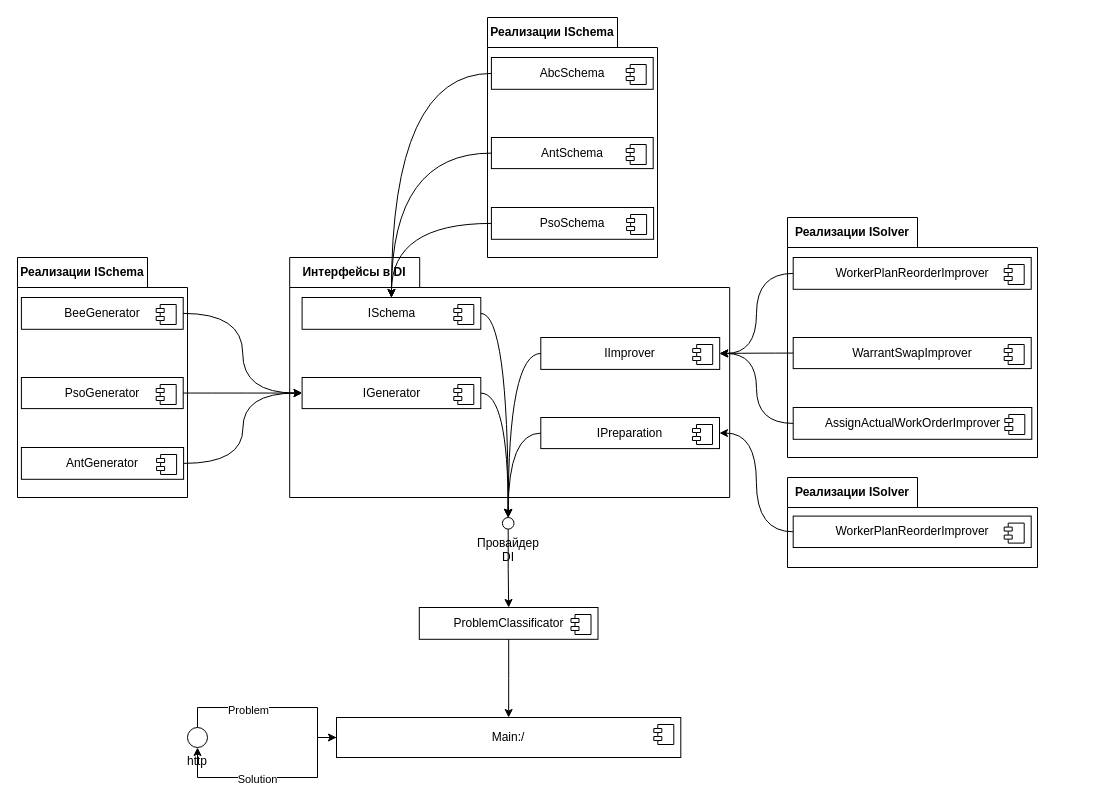
Earlier version of the draw.io diagram new dep diagram.drawio (iamquoz/essen). Source tidied: cells renumbered, new cells numbered last; positions are measured from the earlier drawing's top-left corner, leaving out a move shared by most shapes. Both pictures are drawn from the tidied source at 100%, with x=0, y=0 at pixel (17, 17).
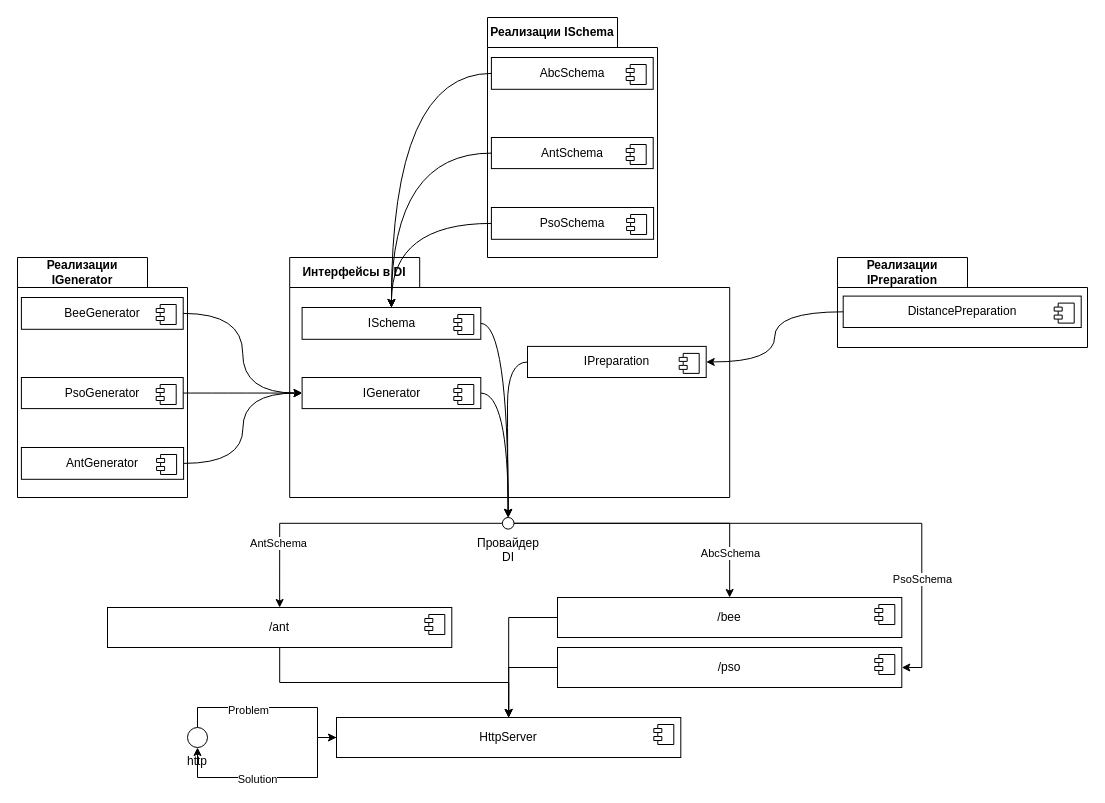
Above is the later version.

The change refers to these unchanged cells:
```xml
<mxCell id="2" value="Интерфейсы в DI" style="shape=folder;fontStyle=1;tabWidth=130;tabHeight=30;tabPosition=left;html=1;boundedLbl=1;labelInHeader=1;whiteSpace=wrap;" parent="1" vertex="1">
  <mxGeometry x="272.2" y="240" width="440" height="240" as="geometry" />
</mxCell>
<mxCell id="42" value="Провайдер DI" style="ellipse;whiteSpace=wrap;html=1;labelPosition=center;verticalLabelPosition=bottom;align=center;verticalAlign=top;" parent="1" vertex="1">
  <mxGeometry x="484.9" y="500" width="11.6" height="11.6" as="geometry" />
</mxCell>
```

What changed in the source:
```diff
@@
     <mxCell id="4" value="ISchema" style="html=1;whiteSpace=wrap;" parent="2" vertex="1">
-      <mxGeometry x="12.4" y="40" width="178.7" height="31.8" as="geometry" />
+      <mxGeometry x="12.4" y="50" width="178.7" height="31.8" as="geometry" />
     </mxCell>
@@
-    <mxCell id="8" value="IImprover" style="html=1;whiteSpace=wrap;" parent="2" vertex="1">
-      <mxGeometry x="251.1" y="80" width="178.9" height="31.9" as="geometry" />
-    </mxCell>
-    <mxCell id="9" style="shape=module;jettyWidth=8;jettyHeight=4;" parent="8" vertex="1">
-      <mxGeometry x="1" width="20" height="20" relative="1" as="geometry">
-        <mxPoint x="-27" y="7" as="offset" />
-      </mxGeometry>
-    </mxCell>
     <mxCell id="10" value="IPreparation" style="html=1;whiteSpace=wrap;" parent="2" vertex="1">
-      <mxGeometry x="251.1" y="160" width="178.7" height="31.1" as="geometry" />
+      <mxGeometry x="237.8" y="88.9" width="178.7" height="31.1" as="geometry" />
     </mxCell>
@@
-    <mxCell id="17" value="Main:/" style="html=1;whiteSpace=wrap;" parent="1" vertex="1">
+    <mxCell id="17" value="HttpServer" style="html=1;whiteSpace=wrap;" parent="1" vertex="1">
       <mxGeometry x="319" y="700" width="344.3" height="40" as="geometry" />
     </mxCell>
@@
-    <mxCell id="30" value="Реализации ISolver" style="shape=folder;fontStyle=1;tabWidth=130;tabHeight=30;tabPosition=left;html=1;boundedLbl=1;labelInHeader=1;whiteSpace=wrap;" parent="1" vertex="1">
-      <mxGeometry x="770" y="200" width="250" height="240" as="geometry" />
-    </mxCell>
-    <mxCell id="31" style="html=1;strokeColor=none;fillColor=none;whiteSpace=wrap;" parent="30" vertex="1">
-      <mxGeometry width="250" height="168" relative="1" as="geometry">
-        <mxPoint y="30" as="offset" />
-      </mxGeometry>
-    </mxCell>
-    <mxCell id="32" value="AssignActualWorkOrderImprover" style="html=1;whiteSpace=wrap;" parent="30" vertex="1">
-      <mxGeometry x="5.7" y="190" width="238.6" height="31.8" as="geometry" />
-    </mxCell>
-    <mxCell id="33" style="shape=module;jettyWidth=8;jettyHeight=4;" parent="32" vertex="1">
-      <mxGeometry x="1" width="20" height="20" relative="1" as="geometry">
-        <mxPoint x="-27" y="7" as="offset" />
-      </mxGeometry>
-    </mxCell>
-    <mxCell id="34" value="WarrantSwapImprover" style="html=1;whiteSpace=wrap;" parent="30" vertex="1">
-      <mxGeometry x="5.7" y="120" width="238" height="31.1" as="geometry" />
-    </mxCell>
-    <mxCell id="35" style="shape=module;jettyWidth=8;jettyHeight=4;" parent="34" vertex="1">
-      <mxGeometry x="1" width="20" height="20" relative="1" as="geometry">
-        <mxPoint x="-27" y="7" as="offset" />
-      </mxGeometry>
-    </mxCell>
-    <mxCell id="36" value="WorkerPlanReorderImprover" style="html=1;whiteSpace=wrap;" parent="30" vertex="1">
-      <mxGeometry x="5.7" y="40" width="238" height="31.8" as="geometry" />
-    </mxCell>
-    <mxCell id="37" style="shape=module;jettyWidth=8;jettyHeight=4;" parent="36" vertex="1">
-      <mxGeometry x="1" width="20" height="20" relative="1" as="geometry">
-        <mxPoint x="-27" y="7" as="offset" />
-      </mxGeometry>
-    </mxCell>
-    <mxCell id="38" style="edgeStyle=orthogonalEdgeStyle;rounded=0;jettySize=auto;html=1;entryX=1;entryY=0.5;entryDx=0;entryDy=0;orthogonal=0;curved=1;" parent="1" edge="1" source="36" target="8">
-      <mxGeometry relative="1" as="geometry" />
-    </mxCell>
-    <mxCell id="39" style="edgeStyle=orthogonalEdgeStyle;rounded=0;jettySize=auto;html=1;entryX=1;entryY=0.5;entryDx=0;entryDy=0;orthogonal=0;curved=1;" parent="1" edge="1" source="34" target="8">
-      <mxGeometry relative="1" as="geometry" />
-    </mxCell>
-    <mxCell id="40" style="edgeStyle=orthogonalEdgeStyle;rounded=0;jettySize=auto;html=1;entryX=1;entryY=0.5;entryDx=0;entryDy=0;orthogonal=0;curved=1;" parent="1" edge="1" source="32" target="8">
-      <mxGeometry relative="1" as="geometry" />
-    </mxCell>
-    <mxCell id="41" style="edgeStyle=orthogonalEdgeStyle;rounded=0;jettySize=auto;html=1;entryX=0.5;entryY=0;entryDx=0;entryDy=0;" parent="1" edge="1" source="42" target="64">
-      <mxGeometry relative="1" as="geometry" />
-    </mxCell>
+    <mxCell id="66" style="edgeStyle=orthogonalEdgeStyle;rounded=0;jettySize=auto;html=1;entryX=0.5;entryY=0;entryDx=0;entryDy=0;" parent="1" edge="1" source="42" target="73">
+      <mxGeometry relative="1" as="geometry" />
+    </mxCell>
+    <mxCell id="67" value="AbcSchema" style="edgeLabel;html=1;align=center;verticalAlign=middle;" parent="66" vertex="1">
+      <mxGeometry x="0.69" relative="1" as="geometry" />
+    </mxCell>
+    <mxCell id="68" style="edgeStyle=orthogonalEdgeStyle;rounded=0;jettySize=auto;html=1;entryX=1;entryY=0.5;entryDx=0;entryDy=0;" parent="1" edge="1" source="42" target="76">
+      <mxGeometry relative="1" as="geometry" />
+    </mxCell>
+    <mxCell id="69" value="PsoSchema" style="edgeLabel;html=1;align=center;verticalAlign=middle;" parent="68" vertex="1">
+      <mxGeometry x="0.62" relative="1" as="geometry" />
+    </mxCell>
+    <mxCell id="70" style="edgeStyle=orthogonalEdgeStyle;rounded=0;jettySize=auto;html=1;entryX=0.5;entryY=0;entryDx=0;entryDy=0;" parent="1" edge="1" source="42" target="79">
+      <mxGeometry relative="1" as="geometry" />
+    </mxCell>
+    <mxCell id="71" value="AntSchema" style="edgeLabel;html=1;align=center;verticalAlign=middle;" parent="70" vertex="1">
+      <mxGeometry x="0.58" y="-2" relative="1" as="geometry" />
+    </mxCell>
@@
-    <mxCell id="43" style="edgeStyle=orthogonalEdgeStyle;shape=connector;curved=1;rounded=1;jettySize=auto;html=1;entryX=0.5;entryY=0;entryDx=0;entryDy=0;labelBackgroundColor=default;strokeColor=default;fontFamily=Helvetica;fontSize=11;fontColor=default;endArrow=classic;exitX=0;exitY=0.5;exitDx=0;exitDy=0;" parent="1" edge="1" source="8" target="42">
-      <mxGeometry relative="1" as="geometry" />
-    </mxCell>
@@
-    <mxCell id="46" value="Реализации ISchema" style="shape=folder;fontStyle=1;tabWidth=130;tabHeight=30;tabPosition=left;html=1;boundedLbl=1;labelInHeader=1;whiteSpace=wrap;" parent="1" vertex="1">
+    <mxCell id="46" value="Реализации IGenerator" style="shape=folder;fontStyle=1;tabWidth=130;tabHeight=30;tabPosition=left;html=1;boundedLbl=1;labelInHeader=1;whiteSpace=wrap;" parent="1" vertex="1">
       <mxGeometry y="240" width="170" height="240" as="geometry" />
     </mxCell>
@@
-    <mxCell id="58" value="Реализации ISolver" style="shape=folder;fontStyle=1;tabWidth=130;tabHeight=30;tabPosition=left;html=1;boundedLbl=1;labelInHeader=1;whiteSpace=wrap;" parent="1" vertex="1">
-      <mxGeometry x="770" y="460" width="250" height="90" as="geometry" />
+    <mxCell id="58" value="Реализации IPreparation" style="shape=folder;fontStyle=1;tabWidth=130;tabHeight=30;tabPosition=left;html=1;boundedLbl=1;labelInHeader=1;whiteSpace=wrap;" parent="1" vertex="1">
+      <mxGeometry x="820" y="240" width="250" height="90" as="geometry" />
     </mxCell>
@@
-    <mxCell id="60" value="WorkerPlanReorderImprover" style="html=1;whiteSpace=wrap;" parent="58" vertex="1">
+    <mxCell id="60" value="DistancePreparation" style="html=1;whiteSpace=wrap;" parent="58" vertex="1">
       <mxGeometry x="5.7" y="38.6" width="238" height="31.4" as="geometry" />
     </mxCell>
@@
-    <mxCell id="63" style="edgeStyle=orthogonalEdgeStyle;rounded=0;jettySize=auto;html=1;entryX=0.5;entryY=0;entryDx=0;entryDy=0;" parent="1" edge="1" source="64" target="17">
-      <mxGeometry relative="1" as="geometry" />
-    </mxCell>
-    <mxCell id="64" value="ProblemClassificator" style="html=1;whiteSpace=wrap;" parent="1" vertex="1">
-      <mxGeometry x="401.8" y="590" width="178.7" height="31.8" as="geometry" />
-    </mxCell>
-    <mxCell id="65" style="shape=module;jettyWidth=8;jettyHeight=4;" parent="64" vertex="1">
-      <mxGeometry x="1" width="20" height="20" relative="1" as="geometry">
-        <mxPoint x="-27" y="7" as="offset" />
-      </mxGeometry>
-    </mxCell>
+    <mxCell id="72" style="edgeStyle=orthogonalEdgeStyle;rounded=0;jettySize=auto;html=1;entryX=0.5;entryY=0;entryDx=0;entryDy=0;exitX=0;exitY=0.5;exitDx=0;exitDy=0;" parent="1" edge="1" source="73" target="17">
+      <mxGeometry relative="1" as="geometry" />
+    </mxCell>
+    <mxCell id="73" value="/bee" style="html=1;whiteSpace=wrap;" parent="1" vertex="1">
+      <mxGeometry x="540" y="580" width="344.3" height="40" as="geometry" />
+    </mxCell>
+    <mxCell id="74" style="shape=module;jettyWidth=8;jettyHeight=4;" parent="73" vertex="1">
+      <mxGeometry x="1" width="20" height="20" relative="1" as="geometry">
+        <mxPoint x="-27" y="7" as="offset" />
+      </mxGeometry>
+    </mxCell>
+    <mxCell id="75" style="edgeStyle=orthogonalEdgeStyle;rounded=0;jettySize=auto;html=1;entryX=0.5;entryY=0;entryDx=0;entryDy=0;exitX=0;exitY=0.5;exitDx=0;exitDy=0;" parent="1" edge="1" source="76" target="17">
+      <mxGeometry relative="1" as="geometry" />
+    </mxCell>
+    <mxCell id="76" value="/pso" style="html=1;whiteSpace=wrap;" parent="1" vertex="1">
+      <mxGeometry x="540" y="630" width="344.3" height="40" as="geometry" />
+    </mxCell>
+    <mxCell id="77" style="shape=module;jettyWidth=8;jettyHeight=4;" parent="76" vertex="1">
+      <mxGeometry x="1" width="20" height="20" relative="1" as="geometry">
+        <mxPoint x="-27" y="7" as="offset" />
+      </mxGeometry>
+    </mxCell>
+    <mxCell id="78" style="edgeStyle=orthogonalEdgeStyle;rounded=0;jettySize=auto;html=1;entryX=0.5;entryY=0;entryDx=0;entryDy=0;" parent="1" edge="1" source="79" target="17">
+      <mxGeometry relative="1" as="geometry" />
+    </mxCell>
+    <mxCell id="79" value="/ant" style="html=1;whiteSpace=wrap;" parent="1" vertex="1">
+      <mxGeometry x="90" y="590" width="344.3" height="40" as="geometry" />
+    </mxCell>
+    <mxCell id="80" style="shape=module;jettyWidth=8;jettyHeight=4;" parent="79" vertex="1">
+      <mxGeometry x="1" width="20" height="20" relative="1" as="geometry">
+        <mxPoint x="-27" y="7" as="offset" />
+      </mxGeometry>
+    </mxCell>
```
